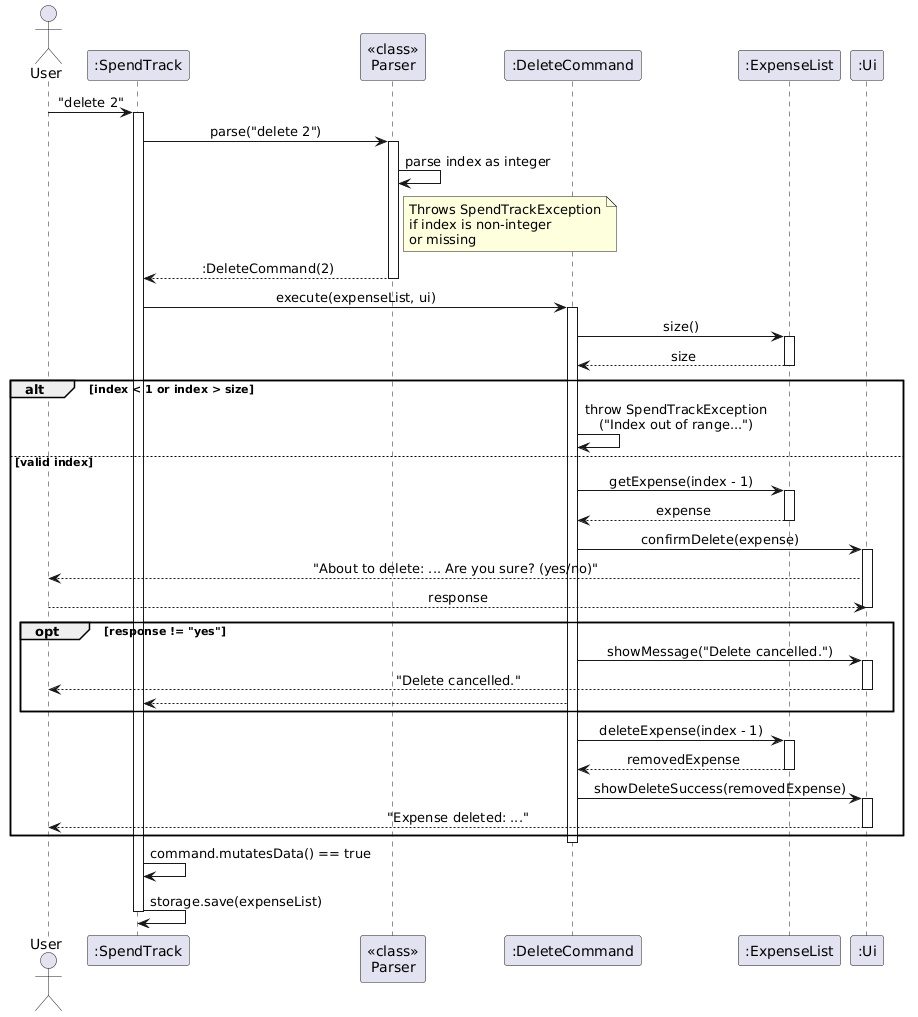
This is docs/images/DeleteCommandSequence.png from AbhijitBalajee/tp, a PlantUML export, as it was before one commit.
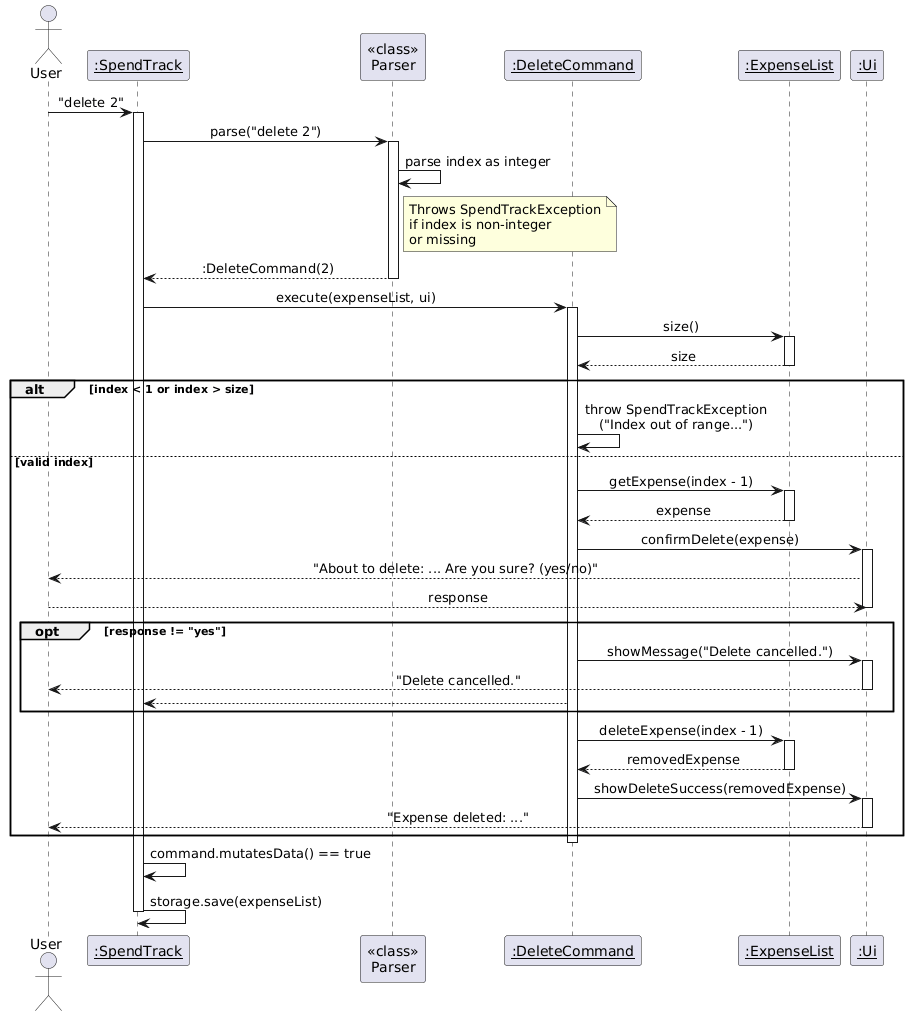
Later version of the same file.

The edit, as a diff of the source:
```diff
@@ -4,11 +4,11 @@
 skinparam sequenceMessageAlign center
 
 actor User
-participant ":SpendTrack" as ST
+participant "<u>:SpendTrack</u>" as ST
 participant "<<class>>\nParser" as P
-participant ":DeleteCommand" as DC
-participant ":ExpenseList" as EL
-participant ":Ui" as UI
+participant "<u>:DeleteCommand</u>" as DC
+participant "<u>:ExpenseList</u>" as EL
+participant "<u>:Ui</u>" as UI
 
 User -> ST : "delete 2"
 activate ST
```
